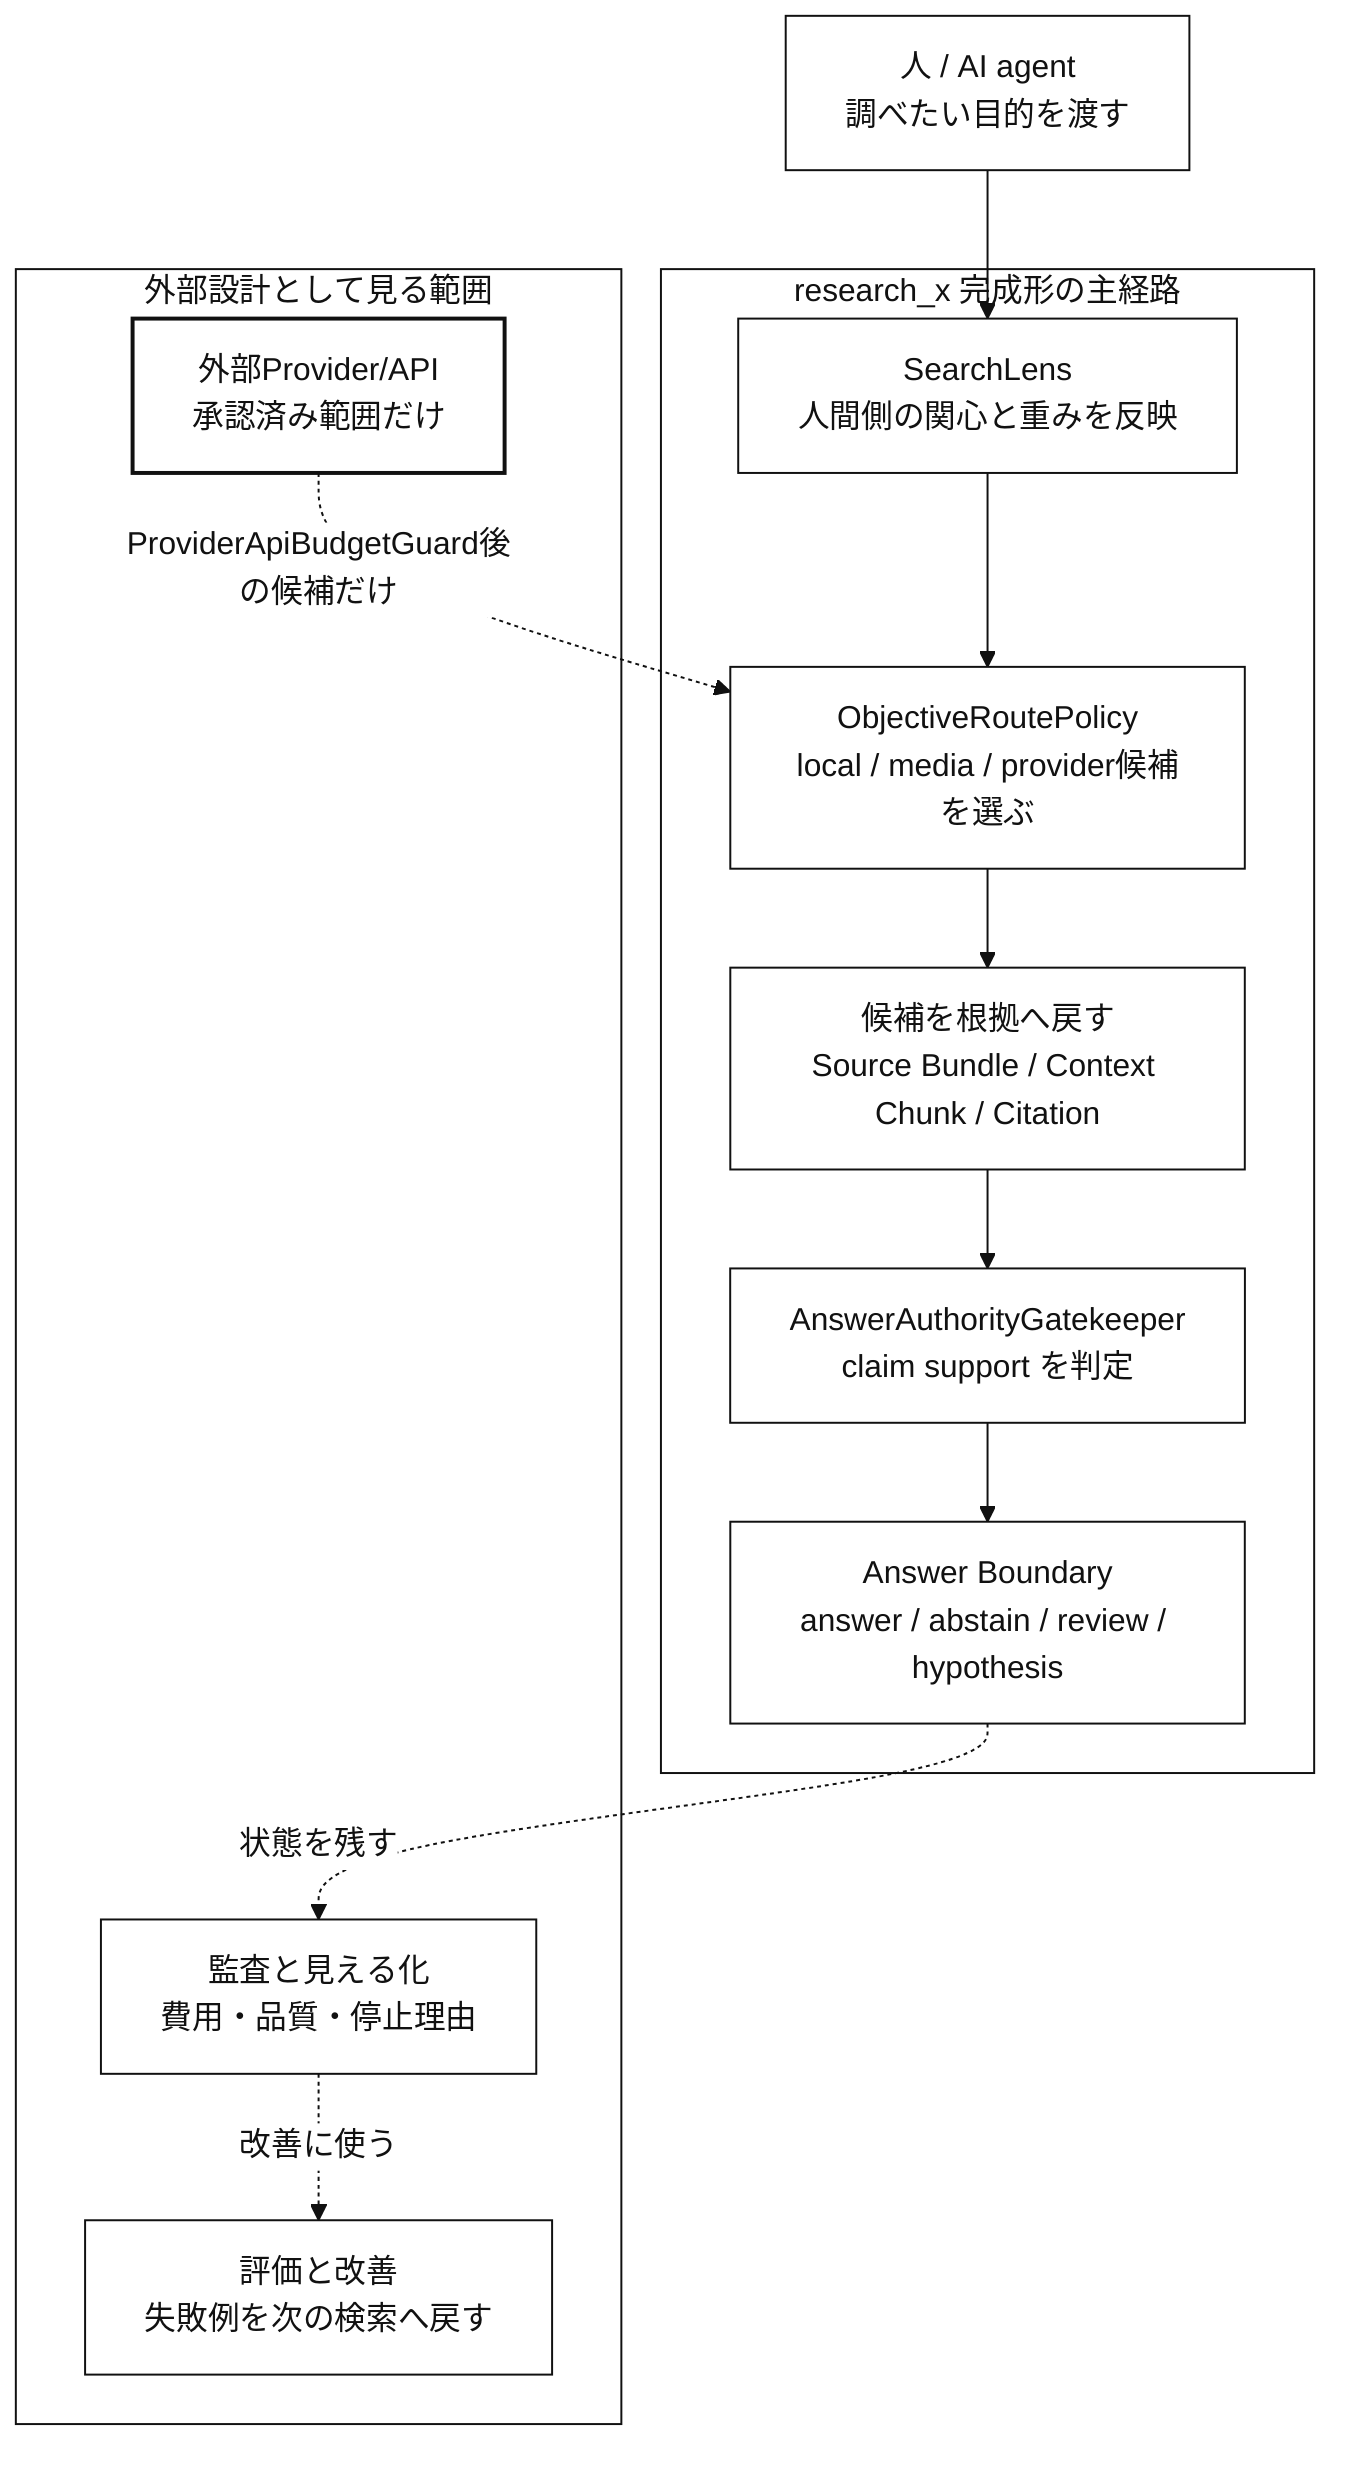
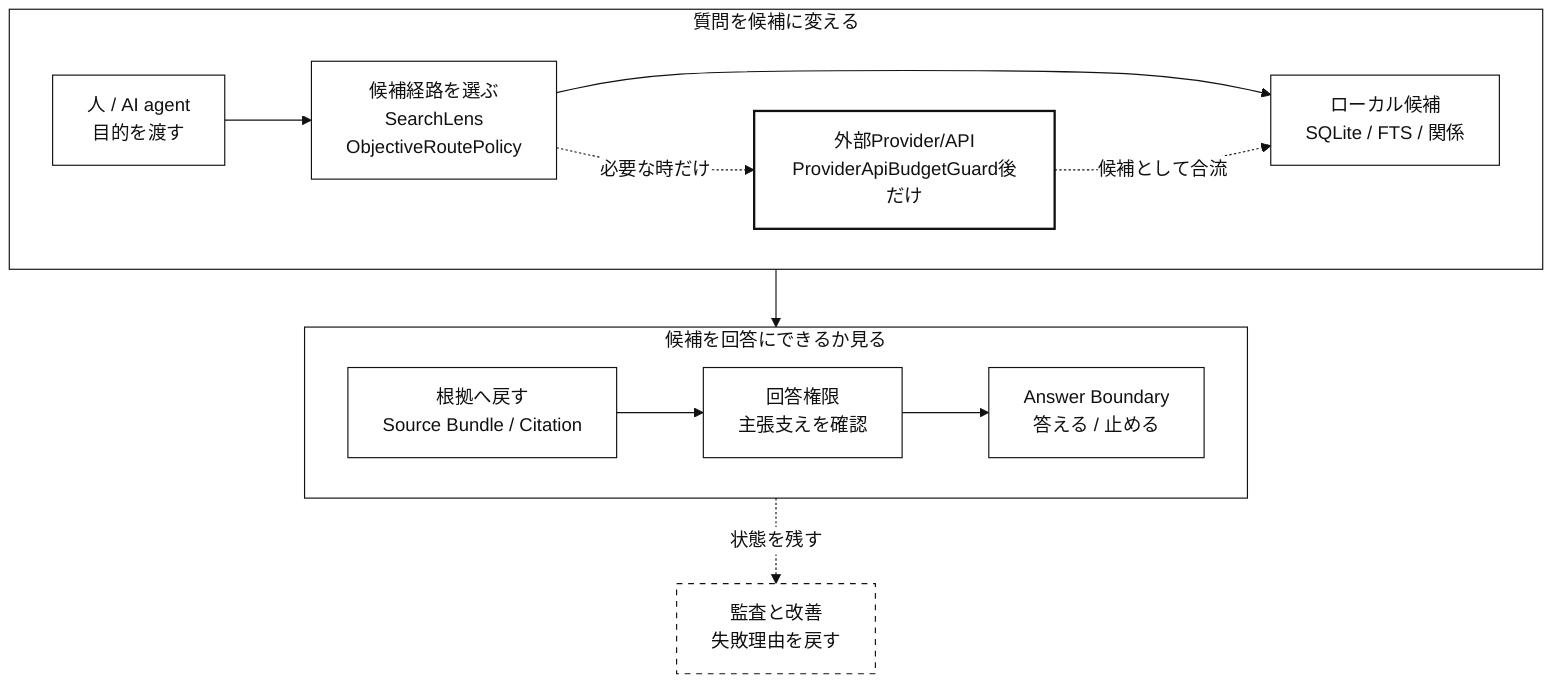
%%{init: {"theme":"base","themeVariables":{"background":"#ffffff","primaryColor":"#ffffff","primaryBorderColor":"#111111","primaryTextColor":"#111111","secondaryColor":"#ffffff","secondaryBorderColor":"#111111","secondaryTextColor":"#111111","tertiaryColor":"#ffffff","tertiaryBorderColor":"#111111","tertiaryTextColor":"#111111","lineColor":"#111111","textColor":"#111111","mainBkg":"#ffffff","secondBkg":"#ffffff","actorBkg":"#ffffff","actorBorder":"#111111","actorTextColor":"#111111","activationBkgColor":"#ffffff","activationBorderColor":"#111111","noteBkgColor":"#ffffff","noteBorderColor":"#111111","labelBoxBkgColor":"#ffffff","labelBoxBorderColor":"#111111","signalColor":"#111111","signalTextColor":"#111111","loopTextColor":"#111111"}}}%%
flowchart TB
  %% 完成形の全体アーキテクチャ図: AIの外部記憶として質問から答えまでを閉じる

  classDef main fill:#ffffff,stroke:#111111,color:#111111
-   classDef input fill:#ffffff,stroke:#111111,color:#111111
+   classDef note fill:#ffffff,stroke:#111111,color:#111111,stroke-dasharray: 5 5
  classDef gate fill:#ffffff,stroke:#111111,color:#111111,stroke-width:2px
-   classDef side fill:#ffffff,stroke:#111111,color:#111111

-   request["人 / AI agent<br/>調べたい目的を渡す"]:::input
+   request["人 / AI agent<br/>目的を渡す"]:::main
+   route["候補経路を選ぶ<br/>SearchLens<br/>ObjectiveRoutePolicy"]:::main
+   local["ローカル候補<br/>SQLite / FTS / 関係"]:::main
+   provider["外部Provider/API<br/>ProviderApiBudgetGuard後だけ"]:::gate
+   evidence["根拠へ戻す<br/>Source Bundle / Citation"]:::main
+   authority["回答権限<br/>主張支えを確認"]:::main
+   answer["Answer Boundary<br/>答える / 止める"]:::main
+   audit["監査と改善<br/>失敗理由を戻す"]:::note

-   subgraph core["research_x 完成形の主経路"]
-     lens["SearchLens<br/>人間側の関心と重みを反映"]:::main
-     route["ObjectiveRoutePolicy<br/>local / media / provider候補を選ぶ"]:::main
-     restore["候補を根拠へ戻す<br/>Source Bundle / Context Chunk / Citation"]:::main
-     authority["AnswerAuthorityGatekeeper<br/>claim support を判定"]:::main
-     respond["Answer Boundary<br/>answer / abstain / review / hypothesis"]:::main
+   subgraph row1["質問を候補に変える"]
+     direction LR
+     request --> route --> local
+     route -. "必要な時だけ" .-> provider
+     provider -. "候補として合流" .-> local
  end

-   subgraph support["外部設計として見る範囲"]
-     provider["外部Provider/API<br/>承認済み範囲だけ"]:::gate
-     observe["監査と見える化<br/>費用・品質・停止理由"]:::side
-     feedback["評価と改善<br/>失敗例を次の検索へ戻す"]:::side
+   subgraph row2["候補を回答にできるか見る"]
+     direction LR
+     evidence --> authority --> answer
  end

-   request --> lens --> route --> restore --> authority --> respond
-   provider -. "ProviderApiBudgetGuard後の候補だけ" .-> route
-   respond -. "状態を残す" .-> observe
-   observe -. "改善に使う" .-> feedback
+   local --> evidence
+   answer -. "状態を残す" .-> audit
